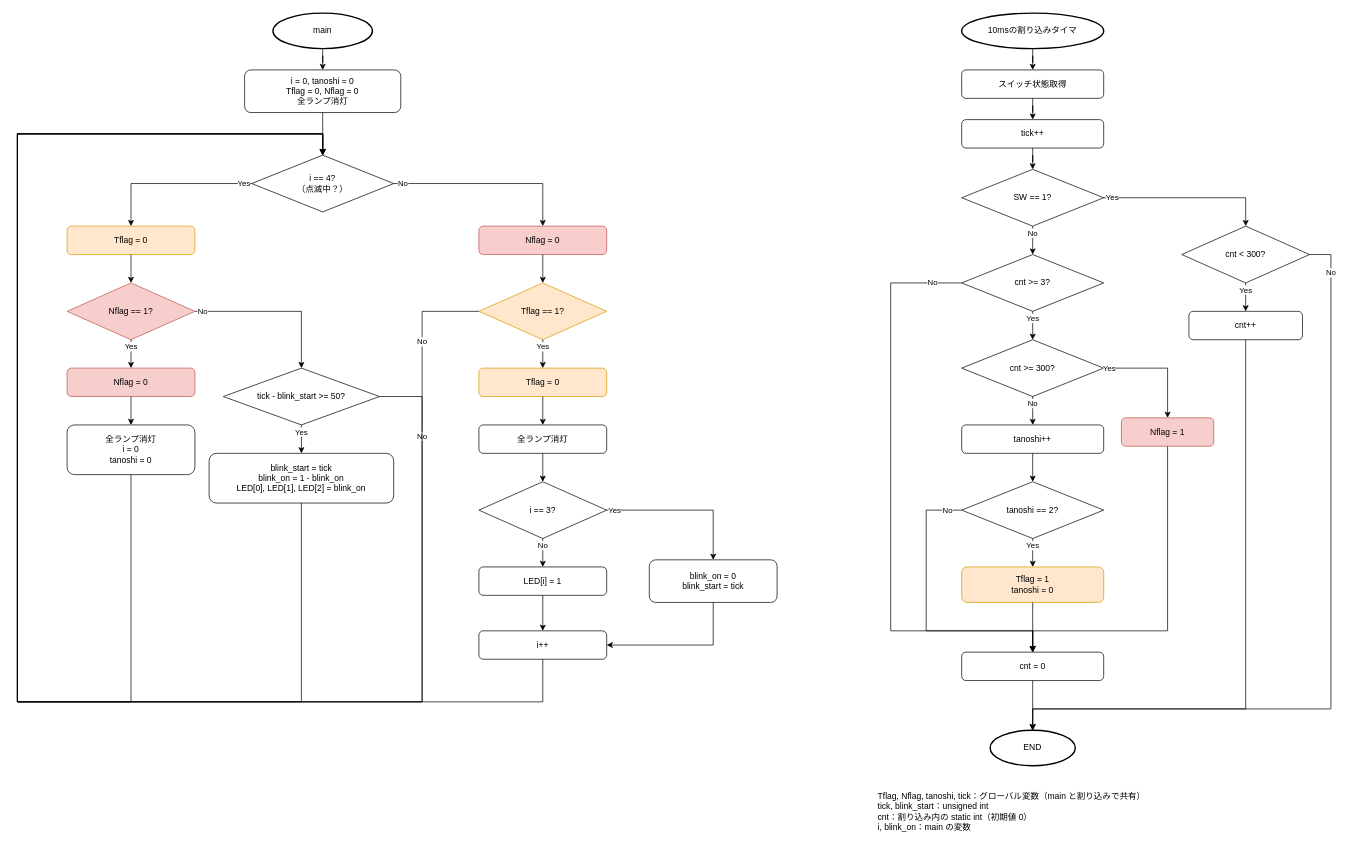
gadgetzan456/first-repository keeps this draw.io diagram as light/flowchart_状態分け版.drawio. Above is the earlier version. Source tidied: cells renumbered, new cells numbered last; positions are measured from the earlier drawing's top-left corner, leaving out a move shared by most shapes. Both pictures are drawn from the tidied source at 71%, with x=0, y=0 at pixel (17, 13).
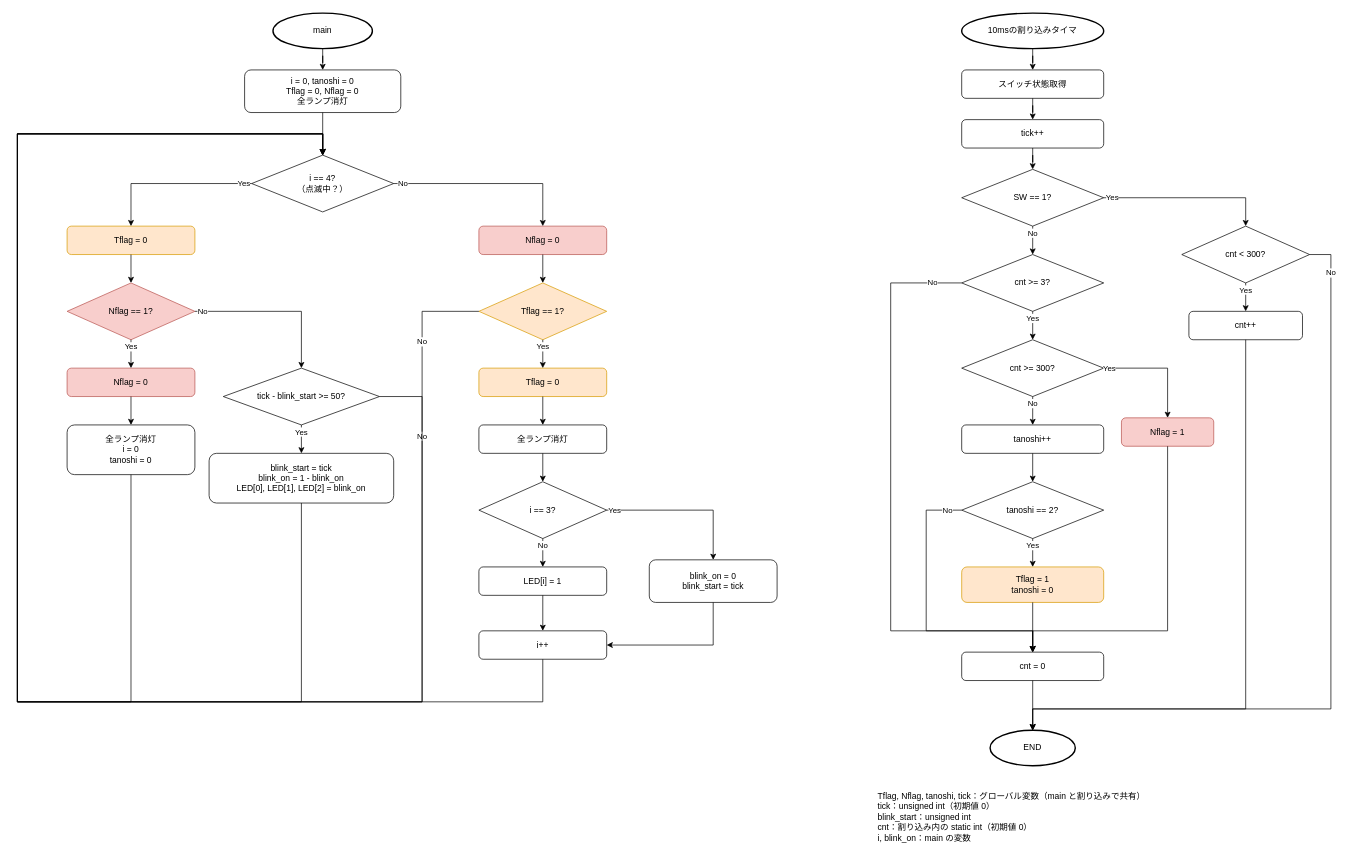
Above is the later version.

Commit message (it also covers changes not shown here):
状態分け版：tick の初期値 0 をメモに明記

Claude-Session: https://claude.ai/code/session_01SjiGgRrdUkdp7sWJgCwd7T

What changed in the source:
```diff
@@
-    <mxCell id="73" value="Tflag, Nflag, tanoshi, tick：グローバル変数（main と割り込みで共有）&lt;br&gt;tick, blink_start：unsigned int&lt;br&gt;cnt：割り込み内の static int（初期値 0）&lt;br&gt;i, blink_on：main の変数" style="text;html=1;align=left;verticalAlign=top;whiteSpace=wrap;" parent="1" vertex="1">
+    <mxCell id="73" value="Tflag, Nflag, tanoshi, tick：グローバル変数（main と割り込みで共有）&lt;br&gt;tick：unsigned int（初期値 0）&lt;br&gt;blink_start：unsigned int&lt;br&gt;cnt：割り込み内の static int（初期値 0）&lt;br&gt;i, blink_on：main の変数" style="text;html=1;align=left;verticalAlign=top;whiteSpace=wrap;" parent="1" vertex="1">
       <mxGeometry x="1210" y="1090" width="520" height="80" as="geometry" />
     </mxCell>
```
